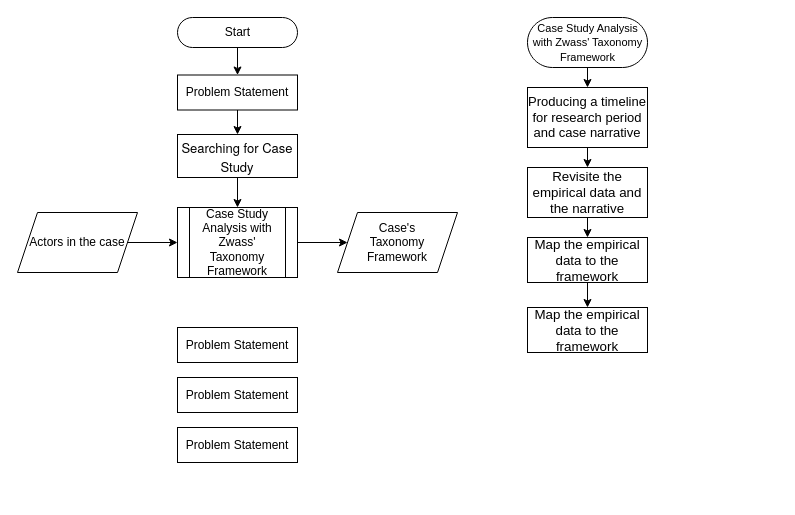
The draw.io diagram Untitled Diagram.drawio in ilmi24/tugas_MR20, before the edit. Source tidied: cells renumbered, new cells numbered last; positions are measured from the earlier drawing's top-left corner, leaving out a move shared by most shapes. Both pictures are drawn from the tidied source at 100%, with x=0, y=0 at pixel (17, 17).
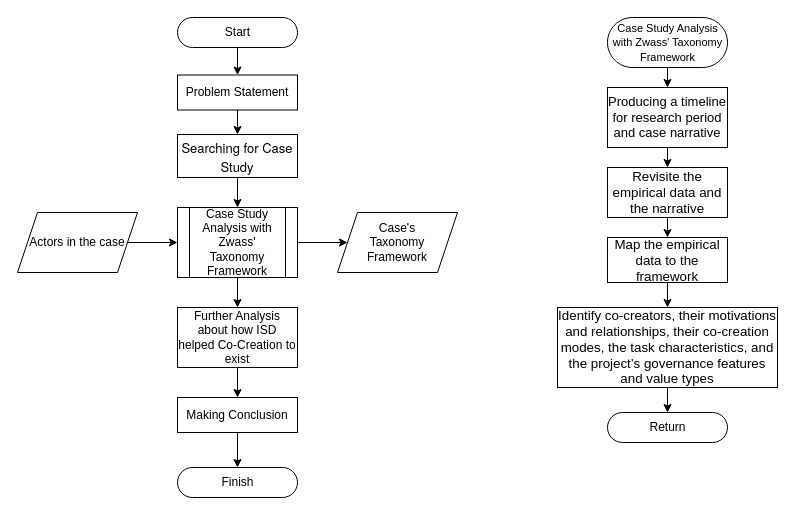
Above is the later version.

Unchanged cells that the change refers to:
```xml
<mxCell id="21" value="Case Study Analysis with Zwass' Taxonomy Framework" style="shape=process;whiteSpace=wrap;html=1;backgroundOutline=1;" parent="1" vertex="1">
  <mxGeometry x="160" y="190" width="120" height="70" as="geometry" />
</mxCell>
```

Change to the diagram source:
```diff
@@
+    <mxCell id="25" style="edgeStyle=orthogonalEdgeStyle;rounded=0;jettySize=auto;html=1;fontSize=11;" parent="1" edge="1" source="8" target="9">
+      <mxGeometry relative="1" as="geometry" />
+    </mxCell>
-    <mxCell id="8" value="Problem Statement" style="rounded=0;whiteSpace=wrap;html=1;" parent="1" vertex="1">
-      <mxGeometry x="160" y="310" width="120" height="35" as="geometry" />
+    <mxCell id="8" value="Further Analysis about how ISD helped Co-Creation to exist" style="rounded=0;whiteSpace=wrap;html=1;" parent="1" vertex="1">
+      <mxGeometry x="160" y="290" width="120" height="60" as="geometry" />
     </mxCell>
+    <mxCell id="26" style="edgeStyle=orthogonalEdgeStyle;rounded=0;jettySize=auto;html=1;entryX=0.5;entryY=0.5;entryDx=0;entryDy=-15;entryPerimeter=0;fontSize=11;" parent="1" edge="1" source="9" target="30">
+      <mxGeometry relative="1" as="geometry" />
+    </mxCell>
-    <mxCell id="9" value="Problem Statement" style="rounded=0;whiteSpace=wrap;html=1;" parent="1" vertex="1">
-      <mxGeometry x="160" y="360" width="120" height="35" as="geometry" />
+    <mxCell id="9" value="Making Conclusion" style="rounded=0;whiteSpace=wrap;html=1;" parent="1" vertex="1">
+      <mxGeometry x="160" y="380" width="120" height="35" as="geometry" />
     </mxCell>
-    <mxCell id="10" value="Problem Statement" style="rounded=0;whiteSpace=wrap;html=1;" parent="1" vertex="1">
-      <mxGeometry x="160" y="410" width="120" height="35" as="geometry" />
-    </mxCell>
@@
     <mxCell id="15" value="&lt;div style=&quot;&quot; title=&quot;Page 7&quot; class=&quot;page&quot;&gt;&lt;div class=&quot;layoutArea&quot;&gt;&lt;div class=&quot;column&quot;&gt;&lt;p&gt;&lt;font size=&quot;2&quot; face=&quot;Arial&quot;&gt;Producing a timeline for research period and case narrative&lt;/font&gt;&lt;/p&gt;&lt;/div&gt;&lt;/div&gt;&lt;/div&gt;" style="rounded=0;whiteSpace=wrap;html=1;align=center;" parent="1" vertex="1">
-      <mxGeometry x="510" y="70" width="120" height="60" as="geometry" />
+      <mxGeometry x="590" y="70" width="120" height="60" as="geometry" />
     </mxCell>
@@
     <mxCell id="17" value="&lt;div style=&quot;&quot; title=&quot;Page 8&quot; class=&quot;page&quot;&gt;&lt;div class=&quot;layoutArea&quot;&gt;&lt;div class=&quot;column&quot;&gt;&lt;p&gt;&lt;span style=&quot;font-size: 10pt; font-family: Arial;&quot;&gt;Revisite the empirical data and the narrative&lt;/span&gt;&lt;/p&gt;&lt;/div&gt;&lt;/div&gt;&lt;/div&gt;" style="rounded=0;whiteSpace=wrap;html=1;align=center;" parent="1" vertex="1">
-      <mxGeometry x="510" y="150" width="120" height="50" as="geometry" />
+      <mxGeometry x="590" y="150" width="120" height="50" as="geometry" />
     </mxCell>
@@
     <mxCell id="19" value="&lt;span style=&quot;font-family: Arial; font-size: 13.333333px;&quot;&gt;Map the empirical data to the framework&lt;/span&gt;" style="rounded=0;whiteSpace=wrap;html=1;" parent="1" vertex="1">
-      <mxGeometry x="510" y="220" width="120" height="45" as="geometry" />
+      <mxGeometry x="590" y="220" width="120" height="45" as="geometry" />
     </mxCell>
@@
+    <mxCell id="27" style="edgeStyle=orthogonalEdgeStyle;rounded=0;jettySize=auto;html=1;entryX=0.5;entryY=0;entryDx=0;entryDy=0;fontSize=11;" parent="1" edge="1" source="21" target="8">
+      <mxGeometry relative="1" as="geometry" />
+    </mxCell>
@@
     <mxCell id="23" value="&lt;span style=&quot;font-size: 11px;&quot;&gt;Case Study Analysis&lt;br&gt;with Zwass' Taxonomy&lt;br&gt;Framework&lt;/span&gt;" style="html=1;dashed=0;whitespace=wrap;shape=mxgraph.dfd.start;" parent="1" vertex="1">
-      <mxGeometry x="510" width="120" height="50" as="geometry" />
+      <mxGeometry x="590" width="120" height="50" as="geometry" />
     </mxCell>
+    <mxCell id="28" style="edgeStyle=orthogonalEdgeStyle;rounded=0;jettySize=auto;html=1;entryX=0.5;entryY=0.5;entryDx=0;entryDy=-15;entryPerimeter=0;fontSize=11;" parent="1" edge="1" source="24" target="29">
+      <mxGeometry relative="1" as="geometry" />
+    </mxCell>
-    <mxCell id="24" value="&lt;span style=&quot;font-family: Arial; font-size: 13.333333px;&quot;&gt;Map the empirical data to the framework&lt;/span&gt;" style="rounded=0;whiteSpace=wrap;html=1;" parent="1" vertex="1">
-      <mxGeometry x="510" y="290" width="120" height="45" as="geometry" />
+    <mxCell id="24" value="&lt;div style=&quot;&quot; title=&quot;Page 8&quot; class=&quot;page&quot;&gt;&lt;div class=&quot;layoutArea&quot;&gt;&lt;div class=&quot;column&quot;&gt;&lt;p&gt;&lt;span style=&quot;font-size: 10pt; font-family: Arial;&quot;&gt;Identify co-creators, their motivations and relationships, their co-creat&lt;/span&gt;&lt;span style=&quot;font-size: 10pt; font-family: Arial;&quot;&gt;ion modes, the task characteristics, and the project’s&amp;nbsp;&lt;/span&gt;&lt;span style=&quot;font-size: 10pt; font-family: Arial;&quot;&gt;governance features and value types&lt;/span&gt;&lt;/p&gt;&lt;/div&gt;&lt;/div&gt;&lt;/div&gt;" style="rounded=0;whiteSpace=wrap;html=1;align=center;" parent="1" vertex="1">
+      <mxGeometry x="540" y="290" width="220" height="80" as="geometry" />
     </mxCell>
+    <mxCell id="29" value="Return" style="html=1;dashed=0;whitespace=wrap;shape=mxgraph.dfd.start;" parent="1" vertex="1">
+      <mxGeometry x="590" y="395" width="120" height="30" as="geometry" />
+    </mxCell>
+    <mxCell id="30" value="Finish" style="html=1;dashed=0;whitespace=wrap;shape=mxgraph.dfd.start;" parent="1" vertex="1">
+      <mxGeometry x="160" y="450" width="120" height="30" as="geometry" />
+    </mxCell>
```
